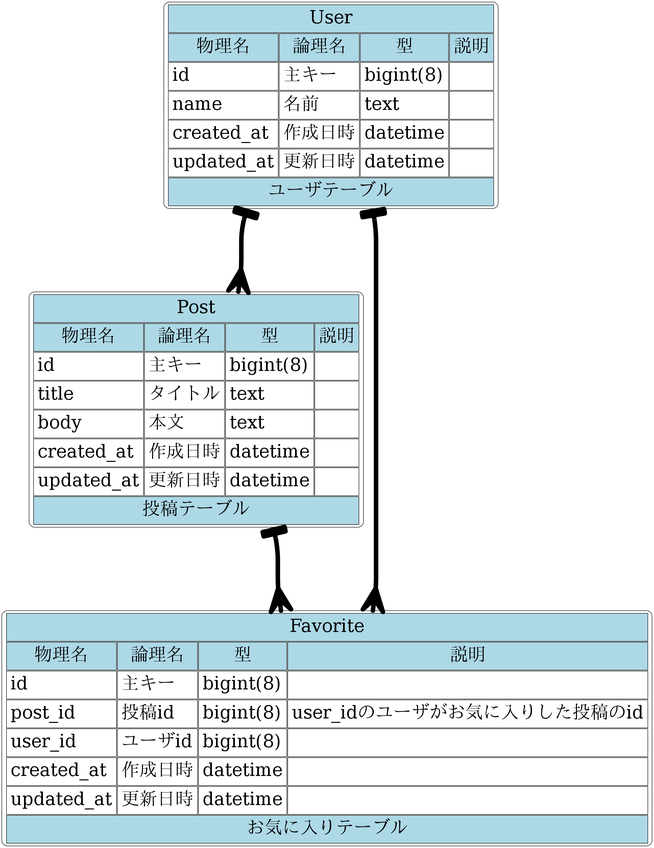
rh-taro/dockerized_yaml2erd keeps this Graphviz diagram as erd/erd.png. Above is the earlier version. Its source is kept beside it as erd/erd.dot.
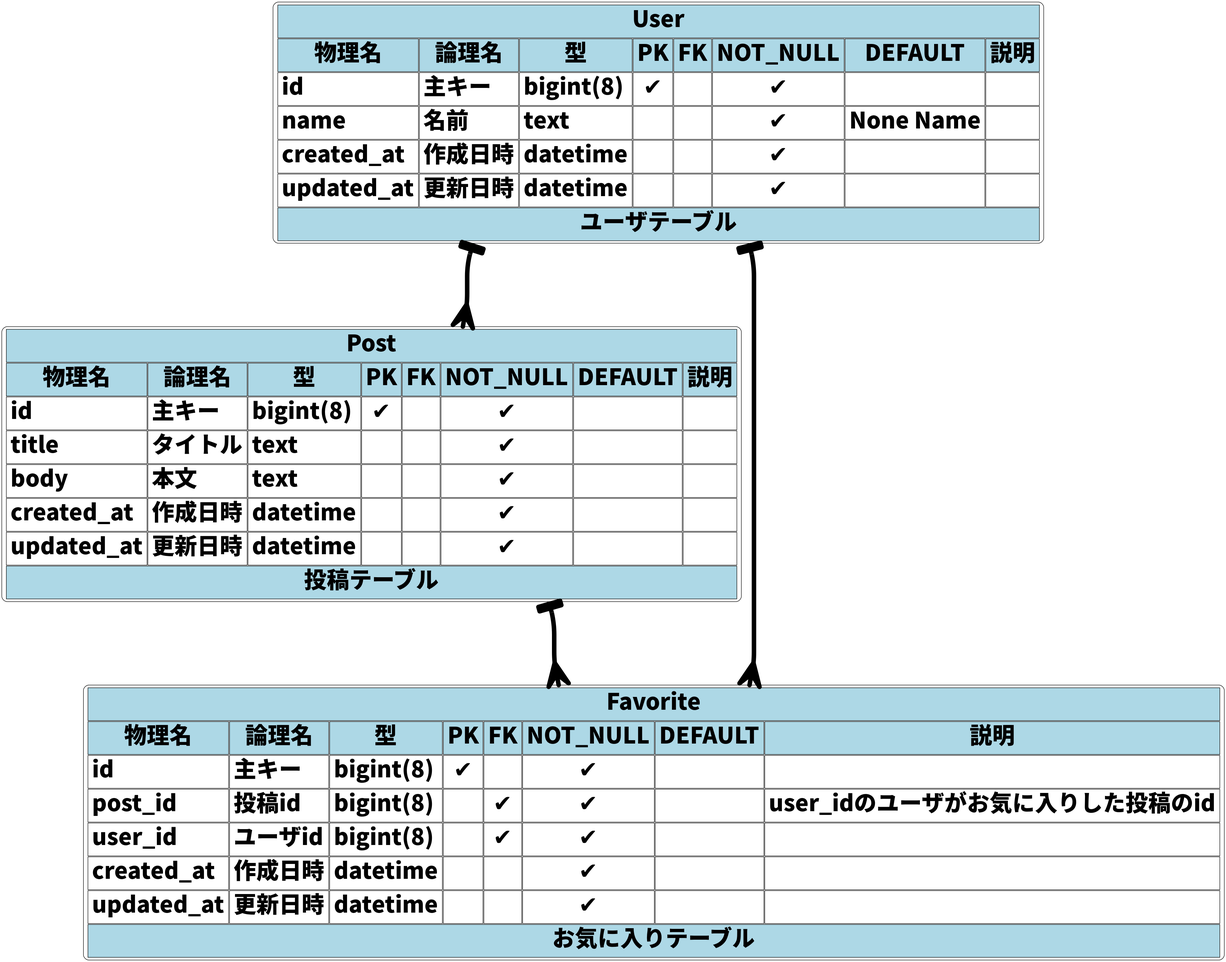
The same diagram one commit later.

The edit, as a diff of the source:
```diff
@@ -1,9 +1,9 @@
 digraph G {
   layout="dot";
-  node[shape="Mrecord",fontname="DejaVu Serif",fontsize="40"];
-  User[label=<<table border='0' cellborder='1' cellpadding='8'><tr><td bgcolor='lightblue' colspan='4'>User</td></tr><tr><td bgcolor='lightblue'>物理名</td><td bgcolor='lightblue'>論理名</td><td bgcolor='lightblue'>型</td><td bgcolor='lightblue'>説明</td></tr><tr><td align='left'>id</td><td align='left'>主キー</td><td align='left'>bigint(8)</td><td align='left'></td></tr><tr><td align='left'>name</td><td align='left'>名前</td><td align='left'>text</td><td align='left'></td></tr><tr><td align='left'>created_at</td><td align='left'>作成日時</td><td align='left'>datetime</td><td align='left'></td></tr><tr><td align='left'>updated_at</td><td align='left'>更新日時</td><td align='left'>datetime</td><td align='left'></td></tr><tr><td bgcolor='lightblue' colspan='4'>ユーザテーブル</td></tr></table>>];
-  Post[label=<<table border='0' cellborder='1' cellpadding='8'><tr><td bgcolor='lightblue' colspan='4'>Post</td></tr><tr><td bgcolor='lightblue'>物理名</td><td bgcolor='lightblue'>論理名</td><td bgcolor='lightblue'>型</td><td bgcolor='lightblue'>説明</td></tr><tr><td align='left'>id</td><td align='left'>主キー</td><td align='left'>bigint(8)</td><td align='left'></td></tr><tr><td align='left'>title</td><td align='left'>タイトル</td><td align='left'>text</td><td align='left'></td></tr><tr><td align='left'>body</td><td align='left'>本文</td><td align='left'>text</td><td align='left'></td></tr><tr><td align='left'>created_at</td><td align='left'>作成日時</td><td align='left'>datetime</td><td align='left'></td></tr><tr><td align='left'>updated_at</td><td align='left'>更新日時</td><td align='left'>datetime</td><td align='left'></td></tr><tr><td bgcolor='lightblue' colspan='4'>投稿テーブル</td></tr></table>>];
-  Favorite[label=<<table border='0' cellborder='1' cellpadding='8'><tr><td bgcolor='lightblue' colspan='4'>Favorite</td></tr><tr><td bgcolor='lightblue'>物理名</td><td bgcolor='lightblue'>論理名</td><td bgcolor='lightblue'>型</td><td bgcolor='lightblue'>説明</td></tr><tr><td align='left'>id</td><td align='left'>主キー</td><td align='left'>bigint(8)</td><td align='left'></td></tr><tr><td align='left'>post_id</td><td align='left'>投稿id</td><td align='left'>bigint(8)</td><td align='left'>user_idのユーザがお気に入りした投稿のid</td></tr><tr><td align='left'>user_id</td><td align='left'>ユーザid</td><td align='left'>bigint(8)</td><td align='left'></td></tr><tr><td align='left'>created_at</td><td align='left'>作成日時</td><td align='left'>datetime</td><td align='left'></td></tr><tr><td align='left'>updated_at</td><td align='left'>更新日時</td><td align='left'>datetime</td><td align='left'></td></tr><tr><td bgcolor='lightblue' colspan='4'>お気に入りテーブル</td></tr></table>>];
+  node[shape="Mrecord",fontname="Noto Sans CJK JP Black",fontsize="50"];
+  User[label=<<table border='0' cellborder='1' cellpadding='8'><tr><td bgcolor='lightblue' colspan='8'>User</td></tr><tr><td bgcolor='lightblue'>物理名</td><td bgcolor='lightblue'>論理名</td><td bgcolor='lightblue'>型</td><td bgcolor='lightblue'>PK</td><td bgcolor='lightblue'>FK</td><td bgcolor='lightblue'>NOT_NULL</td><td bgcolor='lightblue'>DEFAULT</td><td bgcolor='lightblue'>説明</td></tr><tr><td align='left'>id</td><td align='left'>主キー</td><td align='left'>bigint(8)</td><td align='center'>✔︎</td><td align='center'></td><td align='center'>✔︎</td><td align='left'></td><td align='left'></td></tr><tr><td align='left'>name</td><td align='left'>名前</td><td align='left'>text</td><td align='center'></td><td align='center'></td><td align='center'>✔︎</td><td align='left'>None Name</td><td align='left'></td></tr><tr><td align='left'>created_at</td><td align='left'>作成日時</td><td align='left'>datetime</td><td align='center'></td><td align='center'></td><td align='center'>✔︎</td><td align='left'></td><td align='left'></td></tr><tr><td align='left'>updated_at</td><td align='left'>更新日時</td><td align='left'>datetime</td><td align='center'></td><td align='center'></td><td align='center'>✔︎</td><td align='left'></td><td align='left'></td></tr><tr><td bgcolor='lightblue' colspan='8'>ユーザテーブル</td></tr></table>>];
+  Post[label=<<table border='0' cellborder='1' cellpadding='8'><tr><td bgcolor='lightblue' colspan='8'>Post</td></tr><tr><td bgcolor='lightblue'>物理名</td><td bgcolor='lightblue'>論理名</td><td bgcolor='lightblue'>型</td><td bgcolor='lightblue'>PK</td><td bgcolor='lightblue'>FK</td><td bgcolor='lightblue'>NOT_NULL</td><td bgcolor='lightblue'>DEFAULT</td><td bgcolor='lightblue'>説明</td></tr><tr><td align='left'>id</td><td align='left'>主キー</td><td align='left'>bigint(8)</td><td align='center'>✔︎</td><td align='center'></td><td align='center'>✔︎</td><td align='left'></td><td align='left'></td></tr><tr><td align='left'>title</td><td align='left'>タイトル</td><td align='left'>text</td><td align='center'></td><td align='center'></td><td align='center'>✔︎</td><td align='left'></td><td align='left'></td></tr><tr><td align='left'>body</td><td align='left'>本文</td><td align='left'>text</td><td align='center'></td><td align='center'></td><td align='center'>✔︎</td><td align='left'></td><td align='left'></td></tr><tr><td align='left'>created_at</td><td align='left'>作成日時</td><td align='left'>datetime</td><td align='center'></td><td align='center'></td><td align='center'>✔︎</td><td align='left'></td><td align='left'></td></tr><tr><td align='left'>updated_at</td><td align='left'>更新日時</td><td align='left'>datetime</td><td align='center'></td><td align='center'></td><td align='center'>✔︎</td><td align='left'></td><td align='left'></td></tr><tr><td bgcolor='lightblue' colspan='8'>投稿テーブル</td></tr></table>>];
+  Favorite[label=<<table border='0' cellborder='1' cellpadding='8'><tr><td bgcolor='lightblue' colspan='8'>Favorite</td></tr><tr><td bgcolor='lightblue'>物理名</td><td bgcolor='lightblue'>論理名</td><td bgcolor='lightblue'>型</td><td bgcolor='lightblue'>PK</td><td bgcolor='lightblue'>FK</td><td bgcolor='lightblue'>NOT_NULL</td><td bgcolor='lightblue'>DEFAULT</td><td bgcolor='lightblue'>説明</td></tr><tr><td align='left'>id</td><td align='left'>主キー</td><td align='left'>bigint(8)</td><td align='center'>✔︎</td><td align='center'></td><td align='center'>✔︎</td><td align='left'></td><td align='left'></td></tr><tr><td align='left'>post_id</td><td align='left'>投稿id</td><td align='left'>bigint(8)</td><td align='center'></td><td align='center'>✔︎</td><td align='center'>✔︎</td><td align='left'></td><td align='left'>user_idのユーザがお気に入りした投稿のid</td></tr><tr><td align='left'>user_id</td><td align='left'>ユーザid</td><td align='left'>bigint(8)</td><td align='center'></td><td align='center'>✔︎</td><td align='center'>✔︎</td><td align='left'></td><td align='left'></td></tr><tr><td align='left'>created_at</td><td align='left'>作成日時</td><td align='left'>datetime</td><td align='center'></td><td align='center'></td><td align='center'>✔︎</td><td align='left'></td><td align='left'></td></tr><tr><td align='left'>updated_at</td><td align='left'>更新日時</td><td align='left'>datetime</td><td align='center'></td><td align='center'></td><td align='center'>✔︎</td><td align='left'></td><td align='left'></td></tr><tr><td bgcolor='lightblue' colspan='8'>お気に入りテーブル</td></tr></table>>];
   User -> Post[arrowhead="crow",arrowtail="tee",arrowsize="5",dir="both",minlen="5",penwidth="10"];
   User -> Favorite[arrowhead="crow",arrowtail="tee",arrowsize="5",dir="both",minlen="5",penwidth="10"];
   Post -> Favorite[arrowhead="crow",arrowtail="tee",arrowsize="5",dir="both",minlen="5",penwidth="10"];
```
